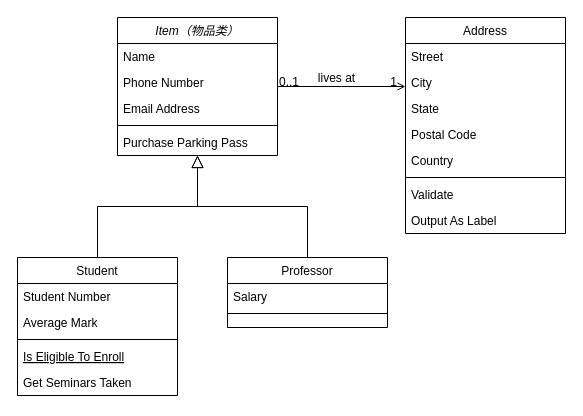
lvxingzhe32/IDLE-Game keeps this draw.io diagram as Drawio/类图.drawio. Above is the earlier version. Source tidied: cells renumbered, new cells numbered last; positions are measured from the earlier drawing's top-left corner, leaving out a move shared by most shapes. Both pictures are drawn from the tidied source at 100%, with x=0, y=0 at pixel (17, 17).
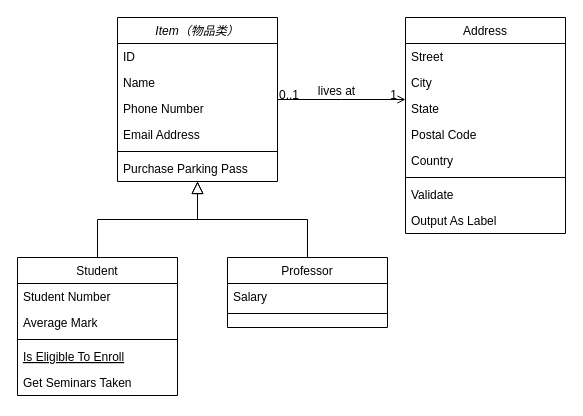
The same page after the edit.

Change to the diagram source:
```diff
@@
     <mxCell id="2" value="Item（物品类）" style="swimlane;fontStyle=2;align=center;verticalAlign=top;horizontal=1;startSize=26;rounded=0;shadow=0;strokeWidth=1;" parent="1" vertex="1">
-      <mxGeometry x="100" width="160" height="138" as="geometry" />
+      <mxGeometry x="100" width="160" height="164" as="geometry" />
     </mxCell>
+    <mxCell id="32" value="ID" style="text;align=left;verticalAlign=top;spacingLeft=4;spacingRight=4;overflow=hidden;" parent="2" vertex="1">
+      <mxGeometry y="26" width="160" height="26" as="geometry" />
+    </mxCell>
     <mxCell id="3" value="Name" style="text;align=left;verticalAlign=top;spacingLeft=4;spacingRight=4;overflow=hidden;" parent="2" vertex="1">
-      <mxGeometry y="26" width="160" height="26" as="geometry" />
+      <mxGeometry y="52" width="160" height="26" as="geometry" />
     </mxCell>
     <mxCell id="4" value="Phone Number" style="text;align=left;verticalAlign=top;spacingLeft=4;spacingRight=4;overflow=hidden;rounded=0;shadow=0;html=0;" parent="2" vertex="1">
-      <mxGeometry y="52" width="160" height="26" as="geometry" />
+      <mxGeometry y="78" width="160" height="26" as="geometry" />
     </mxCell>
     <mxCell id="5" value="Email Address" style="text;align=left;verticalAlign=top;spacingLeft=4;spacingRight=4;overflow=hidden;rounded=0;shadow=0;html=0;" parent="2" vertex="1">
-      <mxGeometry y="78" width="160" height="26" as="geometry" />
+      <mxGeometry y="104" width="160" height="26" as="geometry" />
     </mxCell>
     <mxCell id="6" style="line;html=1;strokeWidth=1;align=left;verticalAlign=middle;spacingTop=-1;spacingLeft=3;spacingRight=3;labelPosition=right;" parent="2" vertex="1">
-      <mxGeometry y="104" width="160" height="8" as="geometry" />
+      <mxGeometry y="130" width="160" height="8" as="geometry" />
     </mxCell>
     <mxCell id="7" value="Purchase Parking Pass" style="text;align=left;verticalAlign=top;spacingLeft=4;spacingRight=4;overflow=hidden;" parent="2" vertex="1">
-      <mxGeometry y="112" width="160" height="26" as="geometry" />
+      <mxGeometry y="138" width="160" height="26" as="geometry" />
     </mxCell>
```
